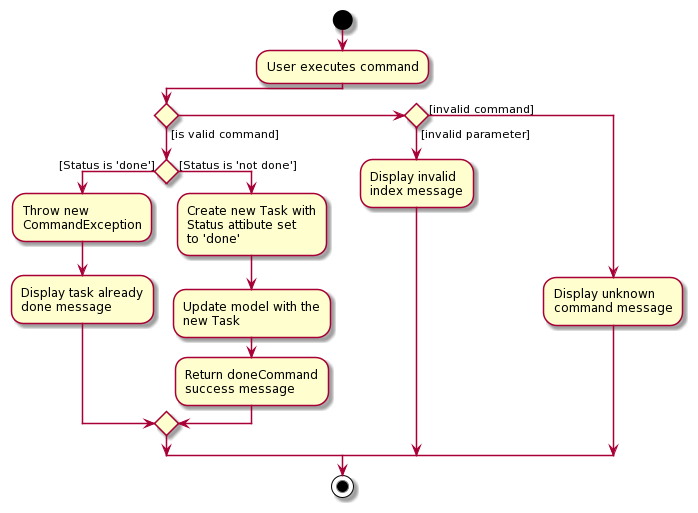
Above: docs/images/DoneCommandActivityDiagram.png in nus-cs2103-AY2021S2/tp (PlantUML), before the change.
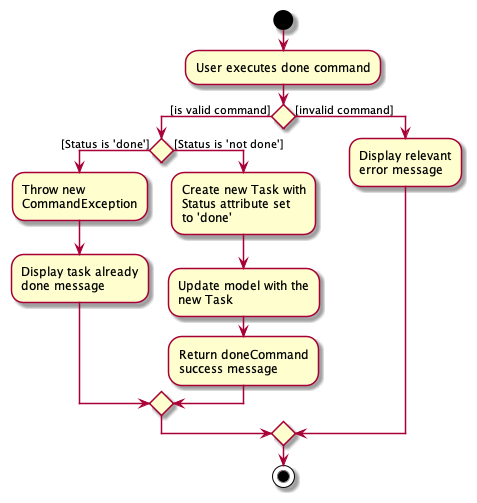
After the commit.

What changed in the source:
```diff
@@ -1,6 +1,6 @@
 @startuml
 start
-:User executes command;
+:User executes done command;
 
 if () then ([is valid command])
 
@@ -12,7 +12,7 @@
 
     else ([Status is 'not done'])
     :Create new Task with
-    Status attibute set
+    Status attribute set
     to 'done';
     :Update model with the
     new Task;
@@ -20,13 +20,9 @@
     success message;
     endif
 
-else if () then ([invalid parameter])
-    :Display invalid
-    index message;
-
 else ([invalid command])
-    :Display unknown
-    command message;
+        :Display relevant
+        error message;
 
 endif
 stop
```
